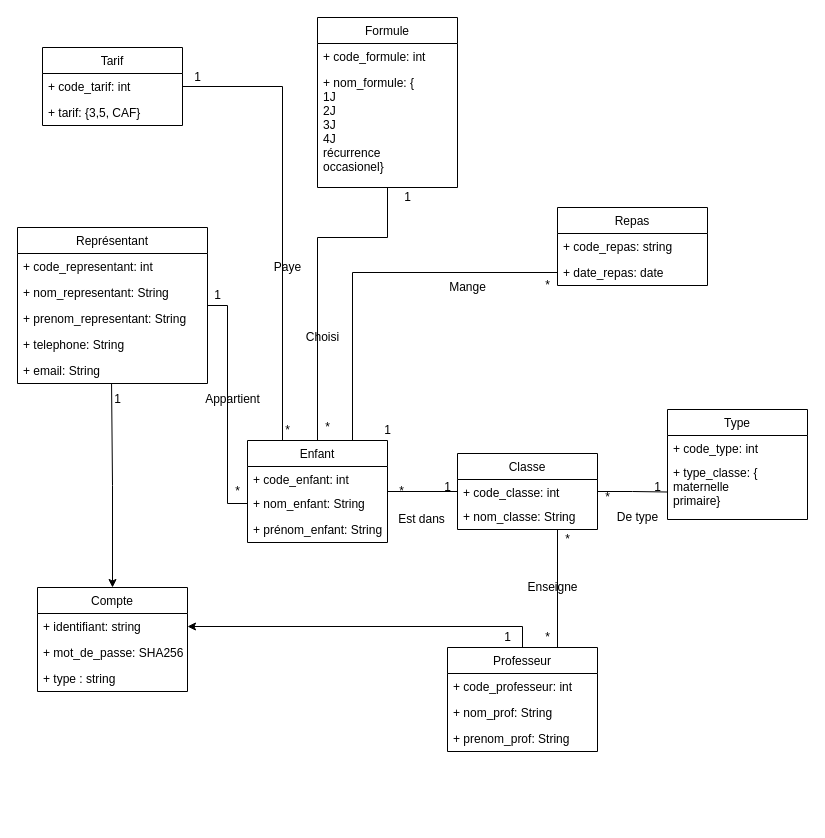
Before: page "Page-2" (2 of 2) of documents/SGBD.drawio in Gwendo73/Cantine, a draw.io diagram. Source tidied: cells renumbered, new cells numbered last; positions are measured from the earlier drawing's top-left corner, leaving out a move shared by most shapes. Both pictures are drawn from the tidied source at 100%, with x=0, y=0 at pixel (17, 17).
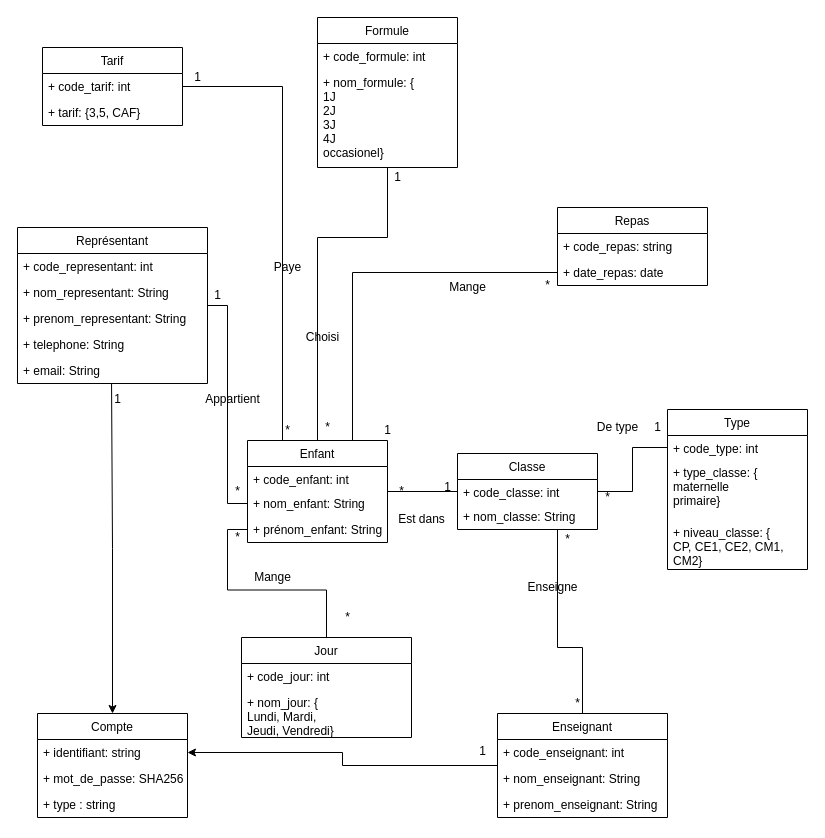
After the change.

Unchanged cells that the change refers to:
```xml
<mxCell id="18" value="+ prénom_enfant: String" style="text;strokeColor=none;fillColor=none;align=left;verticalAlign=top;spacingLeft=4;spacingRight=4;overflow=hidden;points=[[0,0.5],[1,0.5]];portConstraint=eastwest;" parent="15" vertex="1">
  <mxGeometry y="76" width="140" height="26" as="geometry" />
</mxCell>
<mxCell id="20" value="+ code_classe: int" style="text;strokeColor=none;fillColor=none;align=left;verticalAlign=top;spacingLeft=4;spacingRight=4;overflow=hidden;points=[[0,0.5],[1,0.5]];portConstraint=eastwest;" parent="19" vertex="1">
  <mxGeometry y="26" width="140" height="24" as="geometry" />
</mxCell>
<mxCell id="23" value="+ code_type: int" style="text;strokeColor=none;fillColor=none;align=left;verticalAlign=top;spacingLeft=4;spacingRight=4;overflow=hidden;points=[[0,0.5],[1,0.5]];portConstraint=eastwest;" parent="22" vertex="1">
  <mxGeometry y="26" width="140" height="24" as="geometry" />
</mxCell>
```

Change to the diagram source:
```diff
@@
     <mxCell id="22" value="Type" style="swimlane;fontStyle=0;horizontal=1;startSize=26;fillColor=none;" parent="1" vertex="1">
-      <mxGeometry x="650" y="392" width="140" height="110" as="geometry" />
+      <mxGeometry x="650" y="392" width="140" height="160" as="geometry" />
     </mxCell>
@@
+    <mxCell id="67" value="+ niveau_classe: {&#10;CP, CE1, CE2, CM1,&#10;CM2}" style="text;strokeColor=none;fillColor=none;align=left;verticalAlign=top;spacingLeft=4;spacingRight=4;overflow=hidden;" parent="22" vertex="1">
+      <mxGeometry y="110" width="140" height="50" as="geometry" />
+    </mxCell>
-    <mxCell id="25" style="edgeStyle=orthogonalEdgeStyle;rounded=0;jettySize=auto;html=1;exitX=1;exitY=0.5;exitDx=0;exitDy=0;entryX=0;entryY=0.75;entryDx=0;entryDy=0;startArrow=none;startFill=0;endArrow=none;endFill=0;" parent="1" edge="1" source="20" target="22">
+    <mxCell id="25" style="edgeStyle=orthogonalEdgeStyle;rounded=0;jettySize=auto;html=1;exitX=1;exitY=0.5;exitDx=0;exitDy=0;entryX=0;entryY=0.5;entryDx=0;entryDy=0;startArrow=none;startFill=0;endArrow=none;endFill=0;" parent="1" edge="1" source="20" target="23">
       <mxGeometry relative="1" as="geometry" />
     </mxCell>
@@
     <mxCell id="38" value="1" style="text;html=1;align=center;verticalAlign=middle;strokeColor=none;fillColor=none;" parent="1" vertex="1">
-      <mxGeometry x="630" y="460" width="20" height="20" as="geometry" />
+      <mxGeometry x="630" y="400" width="20" height="20" as="geometry" />
     </mxCell>
@@
     <mxCell id="43" value="De type" style="text;html=1;align=center;verticalAlign=middle;strokeColor=none;fillColor=none;" parent="1" vertex="1">
-      <mxGeometry x="590" y="490" width="60" height="20" as="geometry" />
+      <mxGeometry x="570" y="400" width="60" height="20" as="geometry" />
     </mxCell>
@@
     <mxCell id="45" value="Compte" style="swimlane;fontStyle=0;horizontal=1;startSize=26;fillColor=none;" parent="1" vertex="1">
-      <mxGeometry x="20" y="570" width="150" height="104" as="geometry" />
+      <mxGeometry x="20" y="696" width="150" height="104" as="geometry" />
     </mxCell>
@@
-    <mxCell id="52" value="Professeur" style="swimlane;fontStyle=0;horizontal=1;startSize=26;fillColor=none;" parent="1" vertex="1">
-      <mxGeometry x="430" y="630" width="150" height="104" as="geometry" />
+    <mxCell id="52" value="Enseignant" style="swimlane;fontStyle=0;horizontal=1;startSize=26;fillColor=none;" parent="1" vertex="1">
+      <mxGeometry x="480" y="696" width="170" height="104" as="geometry" />
     </mxCell>
-    <mxCell id="53" value="+ code_professeur: int" style="text;strokeColor=none;fillColor=none;align=left;verticalAlign=top;spacingLeft=4;spacingRight=4;overflow=hidden;" parent="52" vertex="1">
-      <mxGeometry y="26" width="150" height="26" as="geometry" />
+    <mxCell id="53" value="+ code_enseignant: int" style="text;strokeColor=none;fillColor=none;align=left;verticalAlign=top;spacingLeft=4;spacingRight=4;overflow=hidden;" parent="52" vertex="1">
+      <mxGeometry y="26" width="170" height="26" as="geometry" />
     </mxCell>
-    <mxCell id="54" value="+ nom_prof: String" style="text;strokeColor=none;fillColor=none;align=left;verticalAlign=top;spacingLeft=4;spacingRight=4;overflow=hidden;" parent="52" vertex="1">
-      <mxGeometry y="52" width="150" height="26" as="geometry" />
+    <mxCell id="54" value="+ nom_enseignant: String" style="text;strokeColor=none;fillColor=none;align=left;verticalAlign=top;spacingLeft=4;spacingRight=4;overflow=hidden;" parent="52" vertex="1">
+      <mxGeometry y="52" width="170" height="26" as="geometry" />
     </mxCell>
-    <mxCell id="55" value="+ prenom_prof: String" style="text;strokeColor=none;fillColor=none;align=left;verticalAlign=top;spacingLeft=4;spacingRight=4;overflow=hidden;" parent="52" vertex="1">
-      <mxGeometry y="78" width="150" height="26" as="geometry" />
+    <mxCell id="55" value="+ prenom_enseignant: String" style="text;strokeColor=none;fillColor=none;align=left;verticalAlign=top;spacingLeft=4;spacingRight=4;overflow=hidden;" parent="52" vertex="1">
+      <mxGeometry y="78" width="170" height="26" as="geometry" />
     </mxCell>
     <mxCell id="56" value="*" style="text;html=1;align=center;verticalAlign=middle;strokeColor=none;fillColor=none;" parent="1" vertex="1">
-      <mxGeometry x="520" y="610" width="20" height="20" as="geometry" />
+      <mxGeometry x="550" y="676" width="20" height="20" as="geometry" />
     </mxCell>
@@
     <mxCell id="60" value="Formule" style="swimlane;fontStyle=0;horizontal=1;startSize=26;" parent="1" vertex="1">
-      <mxGeometry x="300" width="140" height="170" as="geometry" />
+      <mxGeometry x="300" width="140" height="150" as="geometry" />
     </mxCell>
@@
-    <mxCell id="62" value="+ nom_formule: {&#10;1J&#10;2J&#10;3J&#10;4J&#10;récurrence&#10;occasionel}" style="text;strokeColor=none;fillColor=none;align=left;verticalAlign=top;spacingLeft=4;spacingRight=4;overflow=hidden;" parent="60" vertex="1">
-      <mxGeometry y="52" width="140" height="118" as="geometry" />
+    <mxCell id="62" value="+ nom_formule: {&#10;1J&#10;2J&#10;3J&#10;4J&#10;occasionel}" style="text;strokeColor=none;fillColor=none;align=left;verticalAlign=top;spacingLeft=4;spacingRight=4;overflow=hidden;" parent="60" vertex="1">
+      <mxGeometry y="52" width="140" height="98" as="geometry" />
     </mxCell>
     <mxCell id="63" value="1" style="text;html=1;align=center;verticalAlign=middle;strokeColor=none;fillColor=none;" parent="1" vertex="1">
-      <mxGeometry x="380" y="170" width="20" height="20" as="geometry" />
+      <mxGeometry x="370" y="150" width="20" height="20" as="geometry" />
     </mxCell>
@@
     <mxCell id="65" value="1" style="text;html=1;align=center;verticalAlign=middle;strokeColor=none;fillColor=none;" parent="1" vertex="1">
-      <mxGeometry x="480" y="610" width="20" height="20" as="geometry" />
+      <mxGeometry x="455" y="724" width="20" height="20" as="geometry" />
     </mxCell>
@@
+    <mxCell id="68" value="Jour" style="swimlane;fontStyle=0;horizontal=1;startSize=26;fillColor=none;" parent="1" vertex="1">
+      <mxGeometry x="224" y="620" width="170" height="100" as="geometry" />
+    </mxCell>
+    <mxCell id="69" value="+ code_jour: int" style="text;strokeColor=none;fillColor=none;align=left;verticalAlign=top;spacingLeft=4;spacingRight=4;overflow=hidden;" parent="68" vertex="1">
+      <mxGeometry y="26" width="170" height="26" as="geometry" />
+    </mxCell>
+    <mxCell id="70" value="+ nom_jour: {&#10;Lundi, Mardi, &#10;Jeudi, Vendredi}" style="text;strokeColor=none;fillColor=none;align=left;verticalAlign=top;spacingLeft=4;spacingRight=4;overflow=hidden;" parent="68" vertex="1">
+      <mxGeometry y="52" width="170" height="48" as="geometry" />
+    </mxCell>
+    <mxCell id="71" value="Mange" style="text;html=1;align=center;verticalAlign=middle;strokeColor=none;fillColor=none;" parent="1" vertex="1">
+      <mxGeometry x="230" y="550" width="50" height="20" as="geometry" />
+    </mxCell>
+    <mxCell id="72" style="edgeStyle=orthogonalEdgeStyle;rounded=0;jettySize=auto;html=1;exitX=0;exitY=0.5;exitDx=0;exitDy=0;entryX=0.5;entryY=0;entryDx=0;entryDy=0;endArrow=none;endFill=0;" parent="1" edge="1" source="18" target="68">
+      <mxGeometry relative="1" as="geometry" />
+    </mxCell>
+    <mxCell id="73" value="*" style="text;html=1;align=center;verticalAlign=middle;strokeColor=none;fillColor=none;" parent="1" vertex="1">
+      <mxGeometry x="210" y="510" width="20" height="20" as="geometry" />
+    </mxCell>
+    <mxCell id="74" value="*" style="text;html=1;align=center;verticalAlign=middle;strokeColor=none;fillColor=none;" parent="1" vertex="1">
+      <mxGeometry x="320" y="590" width="20" height="20" as="geometry" />
+    </mxCell>
```
